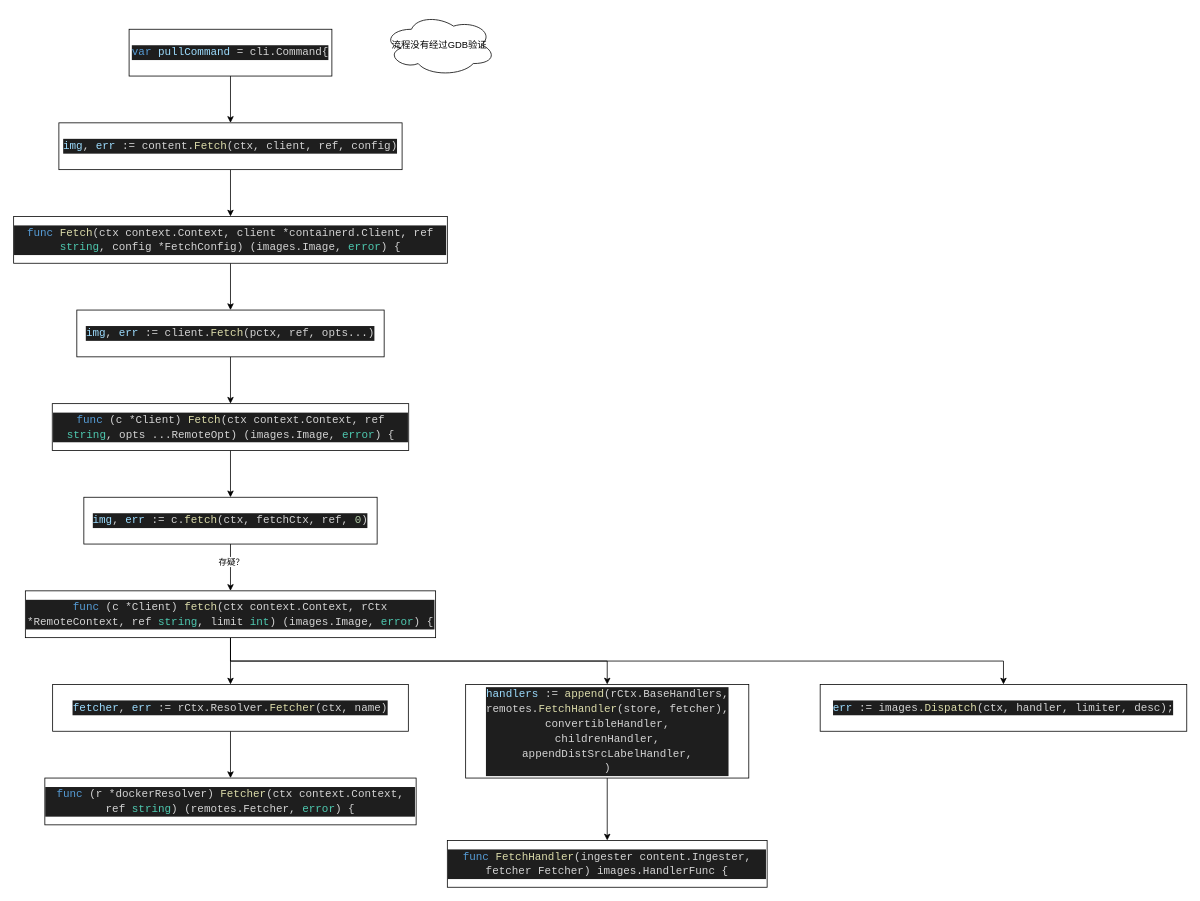
Above: page "containerd" (4 of 4) of Ceph Librbd PWL .drawio in CongMinYin/flow (draw.io), before the change. Source tidied: cells renumbered, new cells numbered last; positions are measured from the earlier drawing's top-left corner, leaving out a move shared by most shapes. Both pictures are drawn from the tidied source at 78%, with x=0, y=0 at pixel (13, 13).
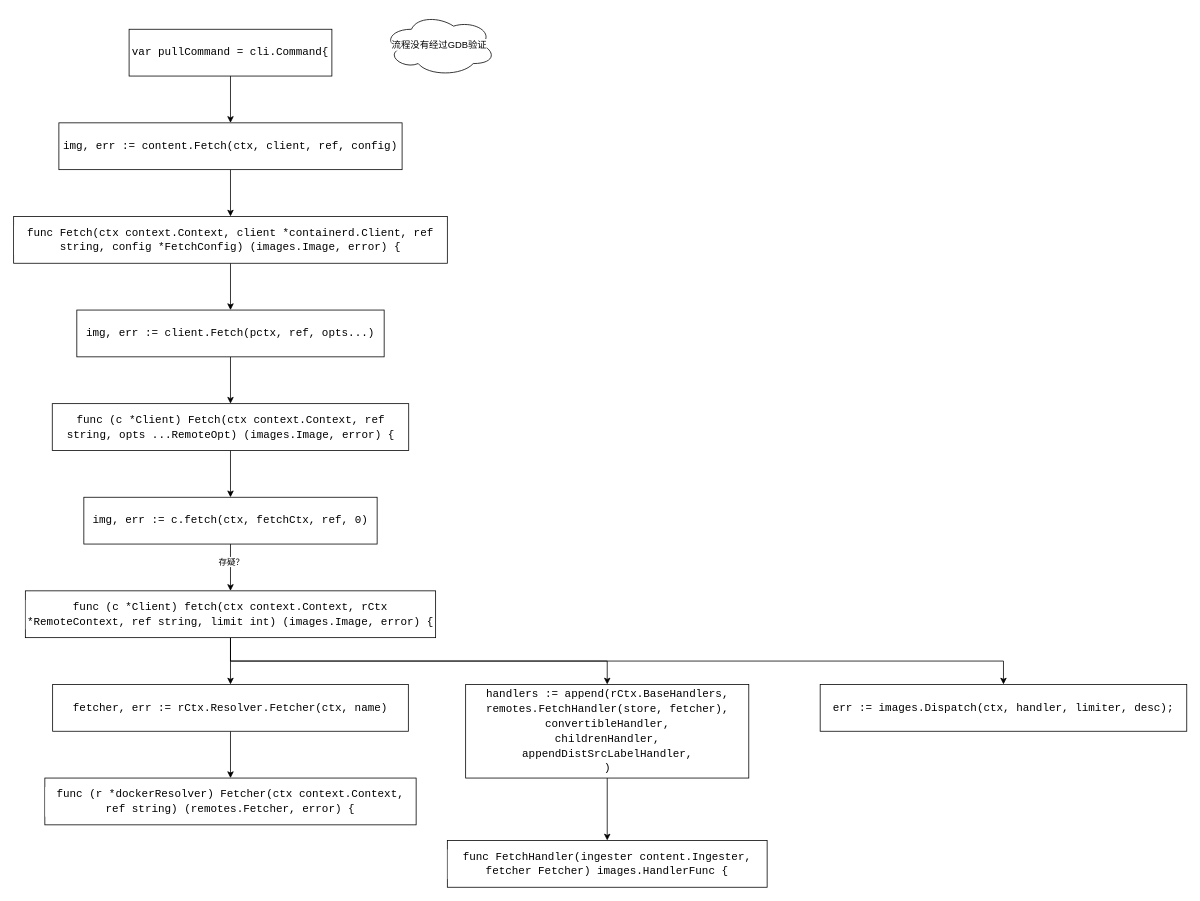
The same diagram, later.

The edit, as a diff of the source:
```diff
@@
-    <mxCell id="2" style="edgeStyle=orthogonalEdgeStyle;rounded=0;jettySize=auto;html=1;exitX=0.5;exitY=1;exitDx=0;exitDy=0;" parent="1" edge="1" source="3" target="5">
+    <mxCell id="2" style="edgeStyle=orthogonalEdgeStyle;rounded=0;jettySize=auto;html=1;exitX=0.5;exitY=1;exitDx=0;exitDy=0;labelBackgroundColor=default;fontColor=#000000;" parent="1" edge="1" source="3" target="5">
       <mxGeometry relative="1" as="geometry" />
     </mxCell>
-    <mxCell id="3" value="&lt;div style=&quot;color: rgb(212, 212, 212); background-color: rgb(30, 30, 30); font-family: &amp;quot;Droid Sans Mono&amp;quot;, monospace, monospace, &amp;quot;Droid Sans Fallback&amp;quot;; font-size: 14px; line-height: 19px;&quot;&gt;&lt;span style=&quot;color: #569cd6;&quot;&gt;var&lt;/span&gt; &lt;span style=&quot;color: #9cdcfe;&quot;&gt;pullCommand&lt;/span&gt; = cli.Command{&lt;/div&gt;" style="rounded=0;whiteSpace=wrap;html=1;" parent="1" vertex="1">
+    <mxCell id="3" value="&lt;div style=&quot;font-family: &amp;quot;Droid Sans Mono&amp;quot;, monospace, monospace, &amp;quot;Droid Sans Fallback&amp;quot;; font-size: 14px; line-height: 19px;&quot;&gt;&lt;span style=&quot;&quot;&gt;var&lt;/span&gt; &lt;span style=&quot;&quot;&gt;pullCommand&lt;/span&gt; = cli.Command{&lt;/div&gt;" style="rounded=0;whiteSpace=wrap;html=1;labelBackgroundColor=default;fontColor=#000000;" parent="1" vertex="1">
       <mxGeometry x="148" y="20" width="260" height="60" as="geometry" />
     </mxCell>
-    <mxCell id="4" style="edgeStyle=orthogonalEdgeStyle;rounded=0;jettySize=auto;html=1;exitX=0.5;exitY=1;exitDx=0;exitDy=0;entryX=0.5;entryY=0;entryDx=0;entryDy=0;" parent="1" edge="1" source="5" target="13">
+    <mxCell id="4" style="edgeStyle=orthogonalEdgeStyle;rounded=0;jettySize=auto;html=1;exitX=0.5;exitY=1;exitDx=0;exitDy=0;entryX=0.5;entryY=0;entryDx=0;entryDy=0;labelBackgroundColor=default;fontColor=#000000;" parent="1" edge="1" source="5" target="13">
       <mxGeometry relative="1" as="geometry" />
     </mxCell>
-    <mxCell id="5" value="&lt;div style=&quot;color: rgb(212, 212, 212); background-color: rgb(30, 30, 30); font-family: &amp;quot;Droid Sans Mono&amp;quot;, monospace, monospace, &amp;quot;Droid Sans Fallback&amp;quot;; font-size: 14px; line-height: 19px;&quot;&gt;&lt;span style=&quot;color: #9cdcfe;&quot;&gt;img&lt;/span&gt;, &lt;span style=&quot;color: #9cdcfe;&quot;&gt;err&lt;/span&gt; := content.&lt;span style=&quot;color: #dcdcaa;&quot;&gt;Fetch&lt;/span&gt;(ctx, client, ref, config)&lt;/div&gt;" style="rounded=0;whiteSpace=wrap;html=1;" parent="1" vertex="1">
+    <mxCell id="5" value="&lt;div style=&quot;font-family: &amp;quot;Droid Sans Mono&amp;quot;, monospace, monospace, &amp;quot;Droid Sans Fallback&amp;quot;; font-size: 14px; line-height: 19px;&quot;&gt;&lt;span style=&quot;&quot;&gt;img&lt;/span&gt;, &lt;span style=&quot;&quot;&gt;err&lt;/span&gt; := content.&lt;span style=&quot;&quot;&gt;Fetch&lt;/span&gt;(ctx, client, ref, config)&lt;/div&gt;" style="rounded=0;whiteSpace=wrap;html=1;labelBackgroundColor=default;fontColor=#000000;" parent="1" vertex="1">
       <mxGeometry x="58" y="140" width="440" height="60" as="geometry" />
     </mxCell>
-    <mxCell id="6" style="edgeStyle=orthogonalEdgeStyle;rounded=0;jettySize=auto;html=1;exitX=0.5;exitY=1;exitDx=0;exitDy=0;" parent="1" edge="1" source="9" target="11">
+    <mxCell id="6" style="edgeStyle=orthogonalEdgeStyle;rounded=0;jettySize=auto;html=1;exitX=0.5;exitY=1;exitDx=0;exitDy=0;labelBackgroundColor=default;fontColor=#000000;" parent="1" edge="1" source="9" target="11">
       <mxGeometry relative="1" as="geometry" />
     </mxCell>
-    <mxCell id="7" style="edgeStyle=orthogonalEdgeStyle;rounded=0;jettySize=auto;html=1;exitX=0.5;exitY=1;exitDx=0;exitDy=0;" parent="1" edge="1" source="9" target="25">
+    <mxCell id="7" style="edgeStyle=orthogonalEdgeStyle;rounded=0;jettySize=auto;html=1;exitX=0.5;exitY=1;exitDx=0;exitDy=0;labelBackgroundColor=default;fontColor=#000000;" parent="1" edge="1" source="9" target="25">
       <mxGeometry relative="1" as="geometry" />
     </mxCell>
-    <mxCell id="8" style="edgeStyle=orthogonalEdgeStyle;rounded=0;jettySize=auto;html=1;exitX=0.5;exitY=1;exitDx=0;exitDy=0;" parent="1" edge="1" source="9" target="26">
+    <mxCell id="8" style="edgeStyle=orthogonalEdgeStyle;rounded=0;jettySize=auto;html=1;exitX=0.5;exitY=1;exitDx=0;exitDy=0;labelBackgroundColor=default;fontColor=#000000;" parent="1" edge="1" source="9" target="26">
       <mxGeometry relative="1" as="geometry" />
     </mxCell>
-    <mxCell id="9" value="&lt;div style=&quot;color: rgb(212, 212, 212); background-color: rgb(30, 30, 30); font-family: &amp;quot;Droid Sans Mono&amp;quot;, monospace, monospace, &amp;quot;Droid Sans Fallback&amp;quot;; font-size: 14px; line-height: 19px;&quot;&gt;&lt;span style=&quot;color: #569cd6;&quot;&gt;func&lt;/span&gt; (c *Client) &lt;span style=&quot;color: #dcdcaa;&quot;&gt;fetch&lt;/span&gt;(ctx context.Context, rCtx *RemoteContext, ref &lt;span style=&quot;color: #4ec9b0;&quot;&gt;string&lt;/span&gt;, limit &lt;span style=&quot;color: #4ec9b0;&quot;&gt;int&lt;/span&gt;) (images.Image, &lt;span style=&quot;color: #4ec9b0;&quot;&gt;error&lt;/span&gt;) {&lt;/div&gt;" style="rounded=0;whiteSpace=wrap;html=1;" parent="1" vertex="1">
+    <mxCell id="9" value="&lt;div style=&quot;font-family: &amp;quot;Droid Sans Mono&amp;quot;, monospace, monospace, &amp;quot;Droid Sans Fallback&amp;quot;; font-size: 14px; line-height: 19px;&quot;&gt;&lt;span style=&quot;&quot;&gt;func&lt;/span&gt; (c *Client) &lt;span style=&quot;&quot;&gt;fetch&lt;/span&gt;(ctx context.Context, rCtx *RemoteContext, ref &lt;span style=&quot;&quot;&gt;string&lt;/span&gt;, limit &lt;span style=&quot;&quot;&gt;int&lt;/span&gt;) (images.Image, &lt;span style=&quot;&quot;&gt;error&lt;/span&gt;) {&lt;/div&gt;" style="rounded=0;whiteSpace=wrap;html=1;labelBackgroundColor=default;fontColor=#000000;" parent="1" vertex="1">
       <mxGeometry x="15" y="740" width="526" height="60" as="geometry" />
     </mxCell>
-    <mxCell id="10" style="edgeStyle=orthogonalEdgeStyle;rounded=0;jettySize=auto;html=1;exitX=0.5;exitY=1;exitDx=0;exitDy=0;entryX=0.5;entryY=0;entryDx=0;entryDy=0;" parent="1" edge="1" source="11" target="21">
+    <mxCell id="10" style="edgeStyle=orthogonalEdgeStyle;rounded=0;jettySize=auto;html=1;exitX=0.5;exitY=1;exitDx=0;exitDy=0;entryX=0.5;entryY=0;entryDx=0;entryDy=0;labelBackgroundColor=default;fontColor=#000000;" parent="1" edge="1" source="11" target="21">
       <mxGeometry relative="1" as="geometry" />
     </mxCell>
-    <mxCell id="11" value="&lt;div style=&quot;color: rgb(212, 212, 212); background-color: rgb(30, 30, 30); font-family: &amp;quot;Droid Sans Mono&amp;quot;, monospace, monospace, &amp;quot;Droid Sans Fallback&amp;quot;; font-size: 14px; line-height: 19px;&quot;&gt;&lt;span style=&quot;color: #9cdcfe;&quot;&gt;fetcher&lt;/span&gt;, &lt;span style=&quot;color: #9cdcfe;&quot;&gt;err&lt;/span&gt; := rCtx.Resolver.&lt;span style=&quot;color: #dcdcaa;&quot;&gt;Fetcher&lt;/span&gt;(ctx, name)&lt;/div&gt;" style="rounded=0;whiteSpace=wrap;html=1;" parent="1" vertex="1">
+    <mxCell id="11" value="&lt;div style=&quot;font-family: &amp;quot;Droid Sans Mono&amp;quot;, monospace, monospace, &amp;quot;Droid Sans Fallback&amp;quot;; font-size: 14px; line-height: 19px;&quot;&gt;&lt;span style=&quot;&quot;&gt;fetcher&lt;/span&gt;, &lt;span style=&quot;&quot;&gt;err&lt;/span&gt; := rCtx.Resolver.&lt;span style=&quot;&quot;&gt;Fetcher&lt;/span&gt;(ctx, name)&lt;/div&gt;" style="rounded=0;whiteSpace=wrap;html=1;labelBackgroundColor=default;fontColor=#000000;" parent="1" vertex="1">
       <mxGeometry x="50" y="860" width="456" height="60" as="geometry" />
     </mxCell>
-    <mxCell id="12" style="edgeStyle=orthogonalEdgeStyle;rounded=0;jettySize=auto;html=1;exitX=0.5;exitY=1;exitDx=0;exitDy=0;entryX=0.5;entryY=0;entryDx=0;entryDy=0;" parent="1" edge="1" source="13" target="15">
+    <mxCell id="12" style="edgeStyle=orthogonalEdgeStyle;rounded=0;jettySize=auto;html=1;exitX=0.5;exitY=1;exitDx=0;exitDy=0;entryX=0.5;entryY=0;entryDx=0;entryDy=0;labelBackgroundColor=default;fontColor=#000000;" parent="1" edge="1" source="13" target="15">
       <mxGeometry relative="1" as="geometry" />
     </mxCell>
-    <mxCell id="13" value="&lt;div style=&quot;color: rgb(212, 212, 212); background-color: rgb(30, 30, 30); font-family: &amp;quot;Droid Sans Mono&amp;quot;, monospace, monospace, &amp;quot;Droid Sans Fallback&amp;quot;; font-size: 14px; line-height: 19px;&quot;&gt;&lt;span style=&quot;color: #569cd6;&quot;&gt;func&lt;/span&gt; &lt;span style=&quot;color: #dcdcaa;&quot;&gt;Fetch&lt;/span&gt;(ctx context.Context, client *containerd.Client, ref &lt;span style=&quot;color: #4ec9b0;&quot;&gt;string&lt;/span&gt;, config *FetchConfig) (images.Image, &lt;span style=&quot;color: #4ec9b0;&quot;&gt;error&lt;/span&gt;) {&lt;/div&gt;" style="rounded=0;whiteSpace=wrap;html=1;" parent="1" vertex="1">
+    <mxCell id="13" value="&lt;div style=&quot;font-family: &amp;quot;Droid Sans Mono&amp;quot;, monospace, monospace, &amp;quot;Droid Sans Fallback&amp;quot;; font-size: 14px; line-height: 19px;&quot;&gt;&lt;span style=&quot;&quot;&gt;func&lt;/span&gt; &lt;span style=&quot;&quot;&gt;Fetch&lt;/span&gt;(ctx context.Context, client *containerd.Client, ref &lt;span style=&quot;&quot;&gt;string&lt;/span&gt;, config *FetchConfig) (images.Image, &lt;span style=&quot;&quot;&gt;error&lt;/span&gt;) {&lt;/div&gt;" style="rounded=0;whiteSpace=wrap;html=1;labelBackgroundColor=default;fontColor=#000000;" parent="1" vertex="1">
       <mxGeometry y="260" width="556" height="60" as="geometry" />
     </mxCell>
-    <mxCell id="14" style="edgeStyle=orthogonalEdgeStyle;rounded=0;jettySize=auto;html=1;exitX=0.5;exitY=1;exitDx=0;exitDy=0;entryX=0.5;entryY=0;entryDx=0;entryDy=0;" parent="1" edge="1" source="15" target="17">
+    <mxCell id="14" style="edgeStyle=orthogonalEdgeStyle;rounded=0;jettySize=auto;html=1;exitX=0.5;exitY=1;exitDx=0;exitDy=0;entryX=0.5;entryY=0;entryDx=0;entryDy=0;labelBackgroundColor=default;fontColor=#000000;" parent="1" edge="1" source="15" target="17">
       <mxGeometry relative="1" as="geometry" />
     </mxCell>
-    <mxCell id="15" value="&lt;div style=&quot;color: rgb(212, 212, 212); background-color: rgb(30, 30, 30); font-family: &amp;quot;Droid Sans Mono&amp;quot;, monospace, monospace, &amp;quot;Droid Sans Fallback&amp;quot;; font-size: 14px; line-height: 19px;&quot;&gt;&lt;span style=&quot;color: #9cdcfe;&quot;&gt;img&lt;/span&gt;, &lt;span style=&quot;color: #9cdcfe;&quot;&gt;err&lt;/span&gt; := client.&lt;span style=&quot;color: #dcdcaa;&quot;&gt;Fetch&lt;/span&gt;(pctx, ref, opts...)&lt;/div&gt;" style="rounded=0;whiteSpace=wrap;html=1;" parent="1" vertex="1">
+    <mxCell id="15" value="&lt;div style=&quot;font-family: &amp;quot;Droid Sans Mono&amp;quot;, monospace, monospace, &amp;quot;Droid Sans Fallback&amp;quot;; font-size: 14px; line-height: 19px;&quot;&gt;&lt;span style=&quot;&quot;&gt;img&lt;/span&gt;, &lt;span style=&quot;&quot;&gt;err&lt;/span&gt; := client.&lt;span style=&quot;&quot;&gt;Fetch&lt;/span&gt;(pctx, ref, opts...)&lt;/div&gt;" style="rounded=0;whiteSpace=wrap;html=1;labelBackgroundColor=default;fontColor=#000000;" parent="1" vertex="1">
       <mxGeometry x="81" y="380" width="394" height="60" as="geometry" />
     </mxCell>
-    <mxCell id="16" style="edgeStyle=orthogonalEdgeStyle;rounded=0;jettySize=auto;html=1;exitX=0.5;exitY=1;exitDx=0;exitDy=0;" parent="1" edge="1" source="17" target="20">
+    <mxCell id="16" style="edgeStyle=orthogonalEdgeStyle;rounded=0;jettySize=auto;html=1;exitX=0.5;exitY=1;exitDx=0;exitDy=0;labelBackgroundColor=default;fontColor=#000000;" parent="1" edge="1" source="17" target="20">
       <mxGeometry relative="1" as="geometry" />
     </mxCell>
-    <mxCell id="17" value="&lt;div style=&quot;color: rgb(212, 212, 212); background-color: rgb(30, 30, 30); font-family: &amp;quot;Droid Sans Mono&amp;quot;, monospace, monospace, &amp;quot;Droid Sans Fallback&amp;quot;; font-size: 14px; line-height: 19px;&quot;&gt;&lt;span style=&quot;color: #569cd6;&quot;&gt;func&lt;/span&gt; (c *Client) &lt;span style=&quot;color: #dcdcaa;&quot;&gt;Fetch&lt;/span&gt;(ctx context.Context, ref &lt;span style=&quot;color: #4ec9b0;&quot;&gt;string&lt;/span&gt;, opts ...RemoteOpt) (images.Image, &lt;span style=&quot;color: #4ec9b0;&quot;&gt;error&lt;/span&gt;) {&lt;/div&gt;" style="rounded=0;whiteSpace=wrap;html=1;" parent="1" vertex="1">
+    <mxCell id="17" value="&lt;div style=&quot;font-family: &amp;quot;Droid Sans Mono&amp;quot;, monospace, monospace, &amp;quot;Droid Sans Fallback&amp;quot;; font-size: 14px; line-height: 19px;&quot;&gt;&lt;span style=&quot;&quot;&gt;func&lt;/span&gt; (c *Client) &lt;span style=&quot;&quot;&gt;Fetch&lt;/span&gt;(ctx context.Context, ref &lt;span style=&quot;&quot;&gt;string&lt;/span&gt;, opts ...RemoteOpt) (images.Image, &lt;span style=&quot;&quot;&gt;error&lt;/span&gt;) {&lt;/div&gt;" style="rounded=0;whiteSpace=wrap;html=1;labelBackgroundColor=default;fontColor=#000000;" parent="1" vertex="1">
       <mxGeometry x="49.5" y="500" width="457" height="60" as="geometry" />
     </mxCell>
-    <mxCell id="18" style="edgeStyle=orthogonalEdgeStyle;rounded=0;jettySize=auto;html=1;exitX=0.5;exitY=1;exitDx=0;exitDy=0;entryX=0.5;entryY=0;entryDx=0;entryDy=0;" parent="1" edge="1" source="20" target="9">
+    <mxCell id="18" style="edgeStyle=orthogonalEdgeStyle;rounded=0;jettySize=auto;html=1;exitX=0.5;exitY=1;exitDx=0;exitDy=0;entryX=0.5;entryY=0;entryDx=0;entryDy=0;labelBackgroundColor=default;fontColor=#000000;" parent="1" edge="1" source="20" target="9">
       <mxGeometry relative="1" as="geometry" />
     </mxCell>
-    <mxCell id="19" value="存疑？" style="edgeLabel;html=1;align=center;verticalAlign=middle;" parent="18" vertex="1">
+    <mxCell id="19" value="存疑？" style="edgeLabel;html=1;align=center;verticalAlign=middle;labelBackgroundColor=default;fontColor=#000000;" parent="18" vertex="1">
       <mxGeometry x="-0.27" relative="1" as="geometry" />
     </mxCell>
-    <mxCell id="20" value="&lt;div style=&quot;color: rgb(212, 212, 212); background-color: rgb(30, 30, 30); font-family: &amp;quot;Droid Sans Mono&amp;quot;, monospace, monospace, &amp;quot;Droid Sans Fallback&amp;quot;; font-size: 14px; line-height: 19px;&quot;&gt;&lt;span style=&quot;color: #9cdcfe;&quot;&gt;img&lt;/span&gt;, &lt;span style=&quot;color: #9cdcfe;&quot;&gt;err&lt;/span&gt; := c.&lt;span style=&quot;color: #dcdcaa;&quot;&gt;fetch&lt;/span&gt;(ctx, fetchCtx, ref, &lt;span style=&quot;color: #b5cea8;&quot;&gt;0&lt;/span&gt;)&lt;/div&gt;" style="rounded=0;whiteSpace=wrap;html=1;" parent="1" vertex="1">
+    <mxCell id="20" value="&lt;div style=&quot;font-family: &amp;quot;Droid Sans Mono&amp;quot;, monospace, monospace, &amp;quot;Droid Sans Fallback&amp;quot;; font-size: 14px; line-height: 19px;&quot;&gt;&lt;span style=&quot;&quot;&gt;img&lt;/span&gt;, &lt;span style=&quot;&quot;&gt;err&lt;/span&gt; := c.&lt;span style=&quot;&quot;&gt;fetch&lt;/span&gt;(ctx, fetchCtx, ref, &lt;span style=&quot;&quot;&gt;0&lt;/span&gt;)&lt;/div&gt;" style="rounded=0;whiteSpace=wrap;html=1;labelBackgroundColor=default;fontColor=#000000;" parent="1" vertex="1">
       <mxGeometry x="90" y="620" width="376" height="60" as="geometry" />
     </mxCell>
-    <mxCell id="21" value="&lt;div style=&quot;color: rgb(212, 212, 212); background-color: rgb(30, 30, 30); font-family: &amp;quot;Droid Sans Mono&amp;quot;, monospace, monospace, &amp;quot;Droid Sans Fallback&amp;quot;; font-size: 14px; line-height: 19px;&quot;&gt;&lt;span style=&quot;color: #569cd6;&quot;&gt;func&lt;/span&gt; (r *dockerResolver) &lt;span style=&quot;color: #dcdcaa;&quot;&gt;Fetcher&lt;/span&gt;(ctx context.Context, ref &lt;span style=&quot;color: #4ec9b0;&quot;&gt;string&lt;/span&gt;) (remotes.Fetcher, &lt;span style=&quot;color: #4ec9b0;&quot;&gt;error&lt;/span&gt;) {&lt;/div&gt;" style="rounded=0;whiteSpace=wrap;html=1;" parent="1" vertex="1">
+    <mxCell id="21" value="&lt;div style=&quot;font-family: &amp;quot;Droid Sans Mono&amp;quot;, monospace, monospace, &amp;quot;Droid Sans Fallback&amp;quot;; font-size: 14px; line-height: 19px;&quot;&gt;&lt;span style=&quot;&quot;&gt;func&lt;/span&gt; (r *dockerResolver) &lt;span style=&quot;&quot;&gt;Fetcher&lt;/span&gt;(ctx context.Context, ref &lt;span style=&quot;&quot;&gt;string&lt;/span&gt;) (remotes.Fetcher, &lt;span style=&quot;&quot;&gt;error&lt;/span&gt;) {&lt;/div&gt;" style="rounded=0;whiteSpace=wrap;html=1;labelBackgroundColor=default;fontColor=#000000;" parent="1" vertex="1">
       <mxGeometry x="40" y="980" width="476" height="60" as="geometry" />
     </mxCell>
-    <mxCell id="22" value="&lt;div style=&quot;color: rgb(212, 212, 212); background-color: rgb(30, 30, 30); font-family: &amp;quot;Droid Sans Mono&amp;quot;, monospace, monospace, &amp;quot;Droid Sans Fallback&amp;quot;; font-size: 14px; line-height: 19px;&quot;&gt;&lt;span style=&quot;color: #569cd6;&quot;&gt;func&lt;/span&gt; &lt;span style=&quot;color: #dcdcaa;&quot;&gt;FetchHandler&lt;/span&gt;(ingester content.Ingester, fetcher Fetcher) images.HandlerFunc {&lt;/div&gt;" style="rounded=0;whiteSpace=wrap;html=1;" parent="1" vertex="1">
+    <mxCell id="22" value="&lt;div style=&quot;font-family: &amp;quot;Droid Sans Mono&amp;quot;, monospace, monospace, &amp;quot;Droid Sans Fallback&amp;quot;; font-size: 14px; line-height: 19px;&quot;&gt;&lt;span style=&quot;&quot;&gt;func&lt;/span&gt; &lt;span style=&quot;&quot;&gt;FetchHandler&lt;/span&gt;(ingester content.Ingester, fetcher Fetcher) images.HandlerFunc {&lt;/div&gt;" style="rounded=0;whiteSpace=wrap;html=1;labelBackgroundColor=default;fontColor=#000000;" parent="1" vertex="1">
       <mxGeometry x="556" y="1060" width="410" height="60" as="geometry" />
     </mxCell>
-    <mxCell id="23" value="流程没有经过GDB验证" style="ellipse;shape=cloud;whiteSpace=wrap;html=1;" parent="1" vertex="1">
+    <mxCell id="23" value="流程没有经过GDB验证" style="ellipse;shape=cloud;whiteSpace=wrap;html=1;labelBackgroundColor=default;fontColor=#000000;" parent="1" vertex="1">
       <mxGeometry x="474" width="144" height="80" as="geometry" />
     </mxCell>
-    <mxCell id="24" style="edgeStyle=orthogonalEdgeStyle;rounded=0;jettySize=auto;html=1;exitX=0.5;exitY=1;exitDx=0;exitDy=0;" parent="1" edge="1" source="25" target="22">
+    <mxCell id="24" style="edgeStyle=orthogonalEdgeStyle;rounded=0;jettySize=auto;html=1;exitX=0.5;exitY=1;exitDx=0;exitDy=0;labelBackgroundColor=default;fontColor=#000000;" parent="1" edge="1" source="25" target="22">
       <mxGeometry relative="1" as="geometry" />
     </mxCell>
-    <mxCell id="25" value="&lt;div style=&quot;color: rgb(212, 212, 212); background-color: rgb(30, 30, 30); font-family: &amp;quot;Droid Sans Mono&amp;quot;, monospace, monospace, &amp;quot;Droid Sans Fallback&amp;quot;; font-size: 14px; line-height: 19px;&quot;&gt;&lt;div&gt;&lt;span style=&quot;color: #9cdcfe;&quot;&gt;handlers&lt;/span&gt; := &lt;span style=&quot;color: #dcdcaa;&quot;&gt;append&lt;/span&gt;(rCtx.BaseHandlers,&lt;/div&gt;&lt;div&gt;      remotes.&lt;span style=&quot;color: #dcdcaa;&quot;&gt;FetchHandler&lt;/span&gt;(store, fetcher),&lt;/div&gt;&lt;div&gt;      convertibleHandler,&lt;/div&gt;&lt;div&gt;      childrenHandler,&lt;/div&gt;&lt;div&gt;      appendDistSrcLabelHandler,&lt;/div&gt;&lt;div&gt;    )&lt;/div&gt;&lt;/div&gt;" style="rounded=0;whiteSpace=wrap;html=1;" parent="1" vertex="1">
+    <mxCell id="25" value="&lt;div style=&quot;font-family: &amp;quot;Droid Sans Mono&amp;quot;, monospace, monospace, &amp;quot;Droid Sans Fallback&amp;quot;; font-size: 14px; line-height: 19px;&quot;&gt;&lt;div&gt;&lt;span style=&quot;&quot;&gt;handlers&lt;/span&gt; := &lt;span style=&quot;&quot;&gt;append&lt;/span&gt;(rCtx.BaseHandlers,&lt;/div&gt;&lt;div&gt;      remotes.&lt;span style=&quot;&quot;&gt;FetchHandler&lt;/span&gt;(store, fetcher),&lt;/div&gt;&lt;div&gt;      convertibleHandler,&lt;/div&gt;&lt;div&gt;      childrenHandler,&lt;/div&gt;&lt;div&gt;      appendDistSrcLabelHandler,&lt;/div&gt;&lt;div&gt;    )&lt;/div&gt;&lt;/div&gt;" style="rounded=0;whiteSpace=wrap;html=1;fontColor=#000000;labelBackgroundColor=default;" parent="1" vertex="1">
       <mxGeometry x="579.5" y="860" width="363" height="120" as="geometry" />
     </mxCell>
-    <mxCell id="26" value="&lt;div style=&quot;color: rgb(212, 212, 212); background-color: rgb(30, 30, 30); font-family: &amp;quot;Droid Sans Mono&amp;quot;, monospace, monospace, &amp;quot;Droid Sans Fallback&amp;quot;; font-size: 14px; line-height: 19px;&quot;&gt;&lt;span style=&quot;color: #9cdcfe;&quot;&gt;err&lt;/span&gt; := images.&lt;span style=&quot;color: #dcdcaa;&quot;&gt;Dispatch&lt;/span&gt;(ctx, handler, limiter, desc);&lt;/div&gt;" style="rounded=0;whiteSpace=wrap;html=1;" parent="1" vertex="1">
+    <mxCell id="26" value="&lt;div style=&quot;font-family: &amp;quot;Droid Sans Mono&amp;quot;, monospace, monospace, &amp;quot;Droid Sans Fallback&amp;quot;; font-size: 14px; line-height: 19px;&quot;&gt;&lt;span style=&quot;&quot;&gt;err&lt;/span&gt; := images.&lt;span style=&quot;&quot;&gt;Dispatch&lt;/span&gt;(ctx, handler, limiter, desc);&lt;/div&gt;" style="rounded=0;whiteSpace=wrap;html=1;labelBackgroundColor=default;fontColor=#000000;" parent="1" vertex="1">
       <mxGeometry x="1034" y="860" width="470" height="60" as="geometry" />
     </mxCell>
```
